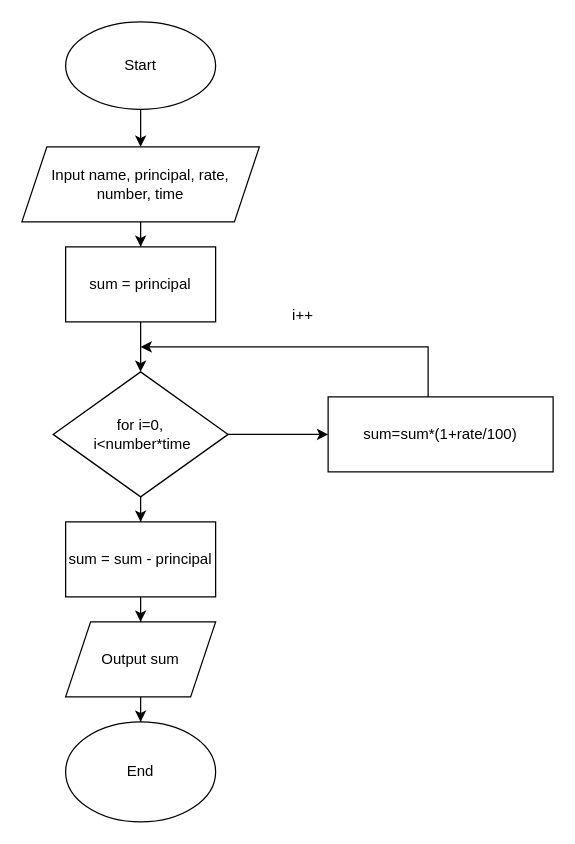
nkuhar7/ai_programming_playground keeps this draw.io diagram as ai_11/danylo_kvit/Epic-1/Epic-1_d1.drawio. Above is the earlier version. Source tidied: cells renumbered, new cells numbered last; positions are measured from the earlier drawing's top-left corner, leaving out a move shared by most shapes. Both pictures are drawn from the tidied source at 125%, with x=0, y=0 at pixel (21, 21).
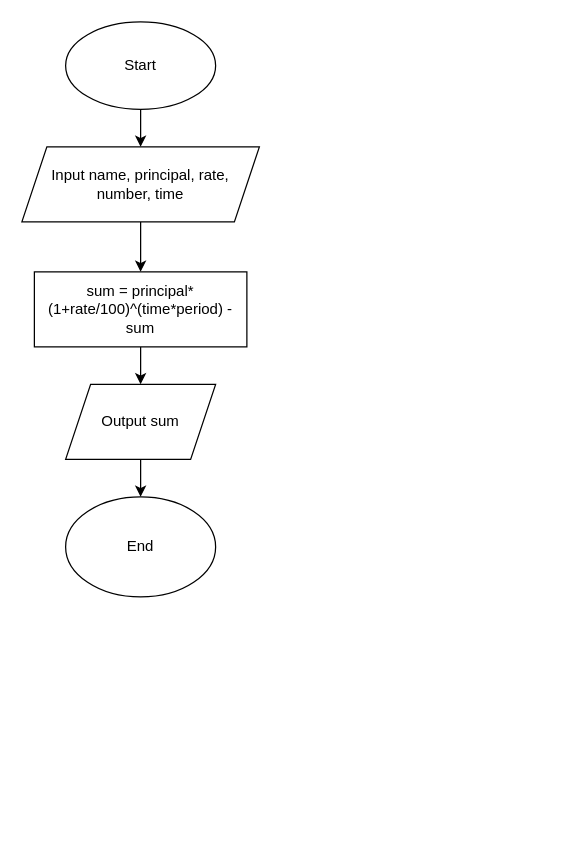
The same page after the edit.

The change refers to these unchanged cells:
```xml
<mxCell id="5" value="Input name, principal, rate, number, time" style="shape=parallelogram;perimeter=parallelogramPerimeter;whiteSpace=wrap;html=1;fixedSize=1;" parent="1" vertex="1">
  <mxGeometry y="100" width="190" height="60" as="geometry" />
</mxCell>
```

Diff of the diagram source:
```diff
@@
-    <mxCell id="4" style="edgeStyle=orthogonalEdgeStyle;rounded=0;jettySize=auto;html=1;" parent="1" edge="1" source="5" target="7">
+    <mxCell id="4" style="edgeStyle=orthogonalEdgeStyle;rounded=0;jettySize=auto;html=1;entryX=0.5;entryY=0;entryDx=0;entryDy=0;" parent="1" edge="1" source="5" target="20">
       <mxGeometry relative="1" as="geometry" />
     </mxCell>
@@
-    <mxCell id="6" style="edgeStyle=orthogonalEdgeStyle;rounded=0;jettySize=auto;html=1;" parent="1" edge="1" source="7" target="10">
-      <mxGeometry relative="1" as="geometry" />
-    </mxCell>
-    <mxCell id="7" value="sum = principal" style="rounded=0;whiteSpace=wrap;html=1;" parent="1" vertex="1">
-      <mxGeometry x="35" y="180" width="120" height="60" as="geometry" />
-    </mxCell>
-    <mxCell id="8" style="edgeStyle=orthogonalEdgeStyle;rounded=0;jettySize=auto;html=1;" parent="1" edge="1" source="10" target="12">
-      <mxGeometry relative="1" as="geometry" />
-    </mxCell>
-    <mxCell id="9" style="edgeStyle=orthogonalEdgeStyle;rounded=0;jettySize=auto;html=1;" parent="1" edge="1" source="10" target="15">
-      <mxGeometry relative="1" as="geometry" />
-    </mxCell>
-    <mxCell id="10" value="for i=0,&lt;br&gt;&amp;nbsp;i&amp;lt;number*time" style="rhombus;whiteSpace=wrap;html=1;" parent="1" vertex="1">
-      <mxGeometry x="25" y="280" width="140" height="100" as="geometry" />
-    </mxCell>
-    <mxCell id="11" style="edgeStyle=orthogonalEdgeStyle;rounded=0;orthogonalLoop=1;jettySize=auto;html=1;" parent="1" edge="1">
-      <mxGeometry relative="1" as="geometry">
-        <mxPoint x="325" y="315" as="sourcePoint" />
-        <mxPoint x="95" y="260" as="targetPoint" />
-        <Array as="points">
-          <mxPoint x="325" y="260" />
-          <mxPoint x="155" y="260" />
-        </Array>
-      </mxGeometry>
-    </mxCell>
-    <mxCell id="12" value="sum=sum*(1+rate/100)" style="rounded=0;whiteSpace=wrap;html=1;" parent="1" vertex="1">
-      <mxGeometry x="245" y="300" width="180" height="60" as="geometry" />
-    </mxCell>
-    <mxCell id="13" value="i++" style="text;html=1;strokeColor=none;fillColor=none;align=center;verticalAlign=middle;whiteSpace=wrap;rounded=0;" parent="1" vertex="1">
-      <mxGeometry x="195" y="220" width="60" height="30" as="geometry" />
-    </mxCell>
-    <mxCell id="14" style="edgeStyle=orthogonalEdgeStyle;rounded=0;jettySize=auto;html=1;" parent="1" edge="1" source="15" target="17">
-      <mxGeometry relative="1" as="geometry" />
-    </mxCell>
-    <mxCell id="15" value="sum = sum - principal" style="whiteSpace=wrap;html=1;" parent="1" vertex="1">
-      <mxGeometry x="35" y="400" width="120" height="60" as="geometry" />
-    </mxCell>
@@
     <mxCell id="17" value="Output sum" style="shape=parallelogram;perimeter=parallelogramPerimeter;whiteSpace=wrap;html=1;fixedSize=1;" parent="1" vertex="1">
-      <mxGeometry x="35" y="480" width="120" height="60" as="geometry" />
+      <mxGeometry x="35" y="290" width="120" height="60" as="geometry" />
     </mxCell>
     <mxCell id="18" value="End" style="ellipse;whiteSpace=wrap;html=1;" parent="1" vertex="1">
-      <mxGeometry x="35" y="560" width="120" height="80" as="geometry" />
+      <mxGeometry x="35" y="380" width="120" height="80" as="geometry" />
     </mxCell>
+    <mxCell id="19" style="edgeStyle=orthogonalEdgeStyle;rounded=0;jettySize=auto;html=1;" parent="1" edge="1" source="20" target="17">
+      <mxGeometry relative="1" as="geometry" />
+    </mxCell>
+    <mxCell id="20" value="sum = principal*(1+rate/100)^(time*period) - sum" style="rounded=0;whiteSpace=wrap;html=1;" parent="1" vertex="1">
+      <mxGeometry x="10" y="200" width="170" height="60" as="geometry" />
+    </mxCell>
```
